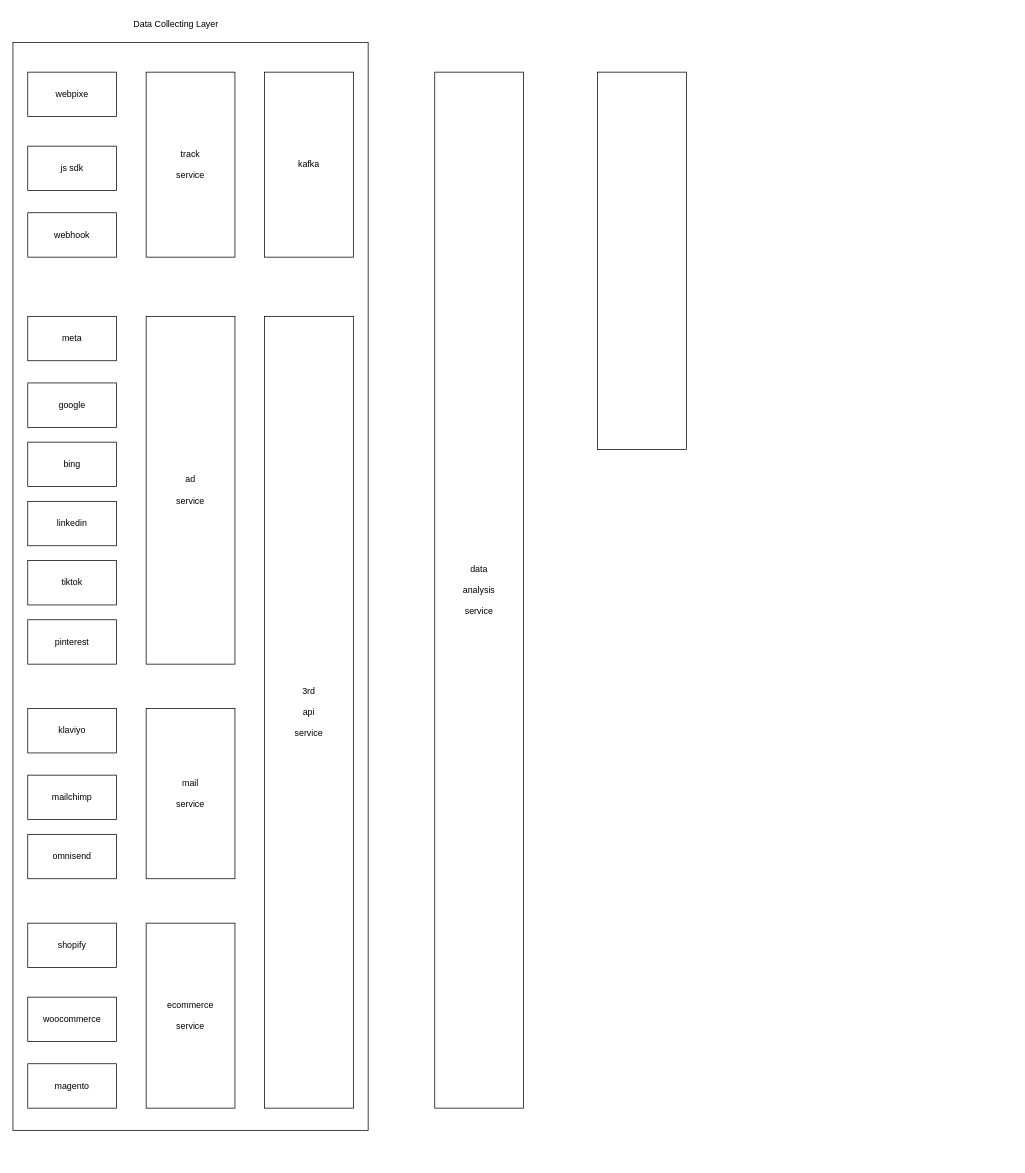
Before: 未命名绘图.drawio in zhangdongfarmer/AI-Series, a draw.io diagram. Source tidied: cells renumbered, new cells numbered last; positions are measured from the earlier drawing's top-left corner, leaving out a move shared by most shapes. Both pictures are drawn from the tidied source at 74%, with x=0, y=0 at pixel (13, 13).
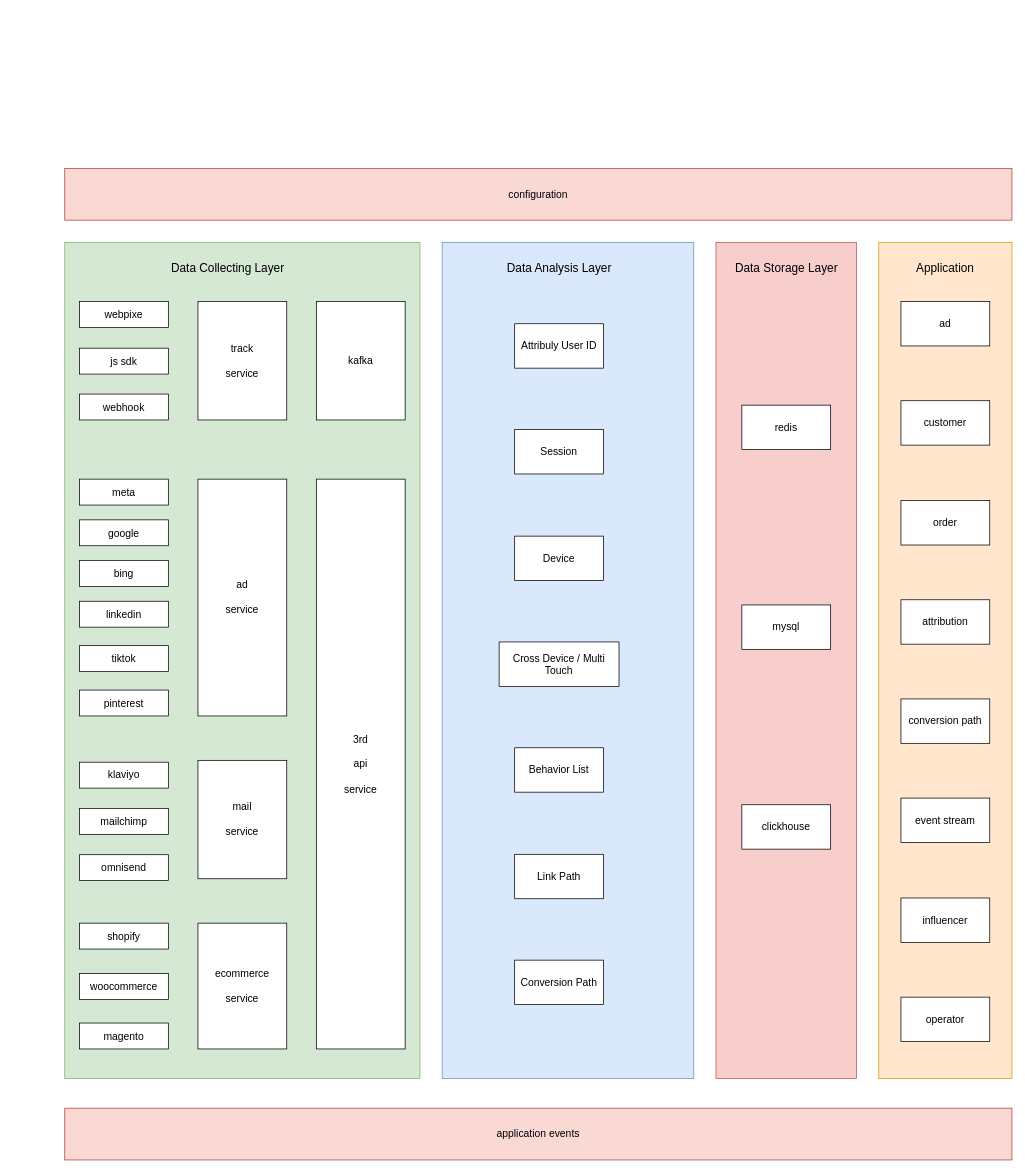
The same page after the edit.

Commit message:
更新未命名绘图.drawio

What changed in the source:
```diff
@@
+    <mxCell id="24" style="rounded=0;whiteSpace=wrap;html=1;fontSize=14;fillColor=#dae8fc;strokeColor=#6c8ebf;" parent="1" vertex="1">
+      <mxGeometry x="580" y="310" width="340" height="1130" as="geometry" />
+    </mxCell>
+    <mxCell id="25" style="rounded=0;whiteSpace=wrap;html=1;fontSize=14;fillColor=#f8cecc;strokeColor=#b85450;" parent="1" vertex="1">
+      <mxGeometry x="950" y="310" width="190" height="1130" as="geometry" />
+    </mxCell>
+    <mxCell id="27" value="Data Analysis Layer" style="text;html=1;strokeColor=none;fillColor=none;align=center;verticalAlign=middle;whiteSpace=wrap;rounded=0;fontSize=16;" parent="1" vertex="1">
+      <mxGeometry x="665.5" y="330" width="145" height="30" as="geometry" />
+    </mxCell>
+    <mxCell id="28" value="Data Storage Layer" style="text;html=1;strokeColor=none;fillColor=none;align=center;verticalAlign=middle;whiteSpace=wrap;rounded=0;fontSize=16;" parent="1" vertex="1">
+      <mxGeometry x="967.5" y="330" width="155" height="30" as="geometry" />
+    </mxCell>
+    <mxCell id="29" value="redis" style="rounded=0;whiteSpace=wrap;html=1;fontSize=14;" parent="1" vertex="1">
+      <mxGeometry x="985" y="530" width="120" height="60" as="geometry" />
+    </mxCell>
+    <mxCell id="30" value="application events" style="rounded=0;whiteSpace=wrap;html=1;fontSize=14;fillColor=#fad9d5;strokeColor=#ae4132;" parent="1" vertex="1">
+      <mxGeometry x="70" y="1480" width="1280" height="70" as="geometry" />
+    </mxCell>
+    <mxCell id="31" value="mysql" style="rounded=0;whiteSpace=wrap;html=1;fontSize=14;" parent="1" vertex="1">
+      <mxGeometry x="985" y="800" width="120" height="60" as="geometry" />
+    </mxCell>
+    <mxCell id="32" value="clickhouse" style="rounded=0;whiteSpace=wrap;html=1;fontSize=14;" parent="1" vertex="1">
+      <mxGeometry x="985" y="1070" width="120" height="60" as="geometry" />
+    </mxCell>
+    <mxCell id="33" style="rounded=0;whiteSpace=wrap;html=1;fontSize=14;fillColor=#ffe6cc;strokeColor=#d79b00;" parent="1" vertex="1">
+      <mxGeometry x="1170" y="310" width="180" height="1130" as="geometry" />
+    </mxCell>
+    <mxCell id="34" value="Application" style="text;html=1;strokeColor=none;fillColor=none;align=center;verticalAlign=middle;whiteSpace=wrap;rounded=0;fontSize=16;" parent="1" vertex="1">
+      <mxGeometry x="1230" y="330" width="60" height="30" as="geometry" />
+    </mxCell>
+    <mxCell id="35" value="ad" style="rounded=0;whiteSpace=wrap;html=1;fontSize=14;" parent="1" vertex="1">
+      <mxGeometry x="1200" y="390" width="120" height="60" as="geometry" />
+    </mxCell>
+    <mxCell id="36" value="customer" style="rounded=0;whiteSpace=wrap;html=1;fontSize=14;" parent="1" vertex="1">
+      <mxGeometry x="1200" y="524" width="120" height="60" as="geometry" />
+    </mxCell>
+    <mxCell id="37" value="order" style="rounded=0;whiteSpace=wrap;html=1;fontSize=14;" parent="1" vertex="1">
+      <mxGeometry x="1200" y="659" width="120" height="60" as="geometry" />
+    </mxCell>
+    <mxCell id="38" value="attribution" style="rounded=0;whiteSpace=wrap;html=1;fontSize=14;" parent="1" vertex="1">
+      <mxGeometry x="1200" y="793" width="120" height="60" as="geometry" />
+    </mxCell>
+    <mxCell id="39" value="conversion path" style="rounded=0;whiteSpace=wrap;html=1;fontSize=14;" parent="1" vertex="1">
+      <mxGeometry x="1200" y="927" width="120" height="60" as="geometry" />
+    </mxCell>
+    <mxCell id="40" value="event stream" style="rounded=0;whiteSpace=wrap;html=1;fontSize=14;" parent="1" vertex="1">
+      <mxGeometry x="1200" y="1061" width="120" height="60" as="geometry" />
+    </mxCell>
+    <mxCell id="41" value="influencer" style="rounded=0;whiteSpace=wrap;html=1;fontSize=14;" parent="1" vertex="1">
+      <mxGeometry x="1200" y="1196" width="120" height="60" as="geometry" />
+    </mxCell>
+    <mxCell id="42" value="operator" style="rounded=0;whiteSpace=wrap;html=1;fontSize=14;" parent="1" vertex="1">
+      <mxGeometry x="1200" y="1330" width="120" height="60" as="geometry" />
+    </mxCell>
+    <mxCell id="43" style="group;" parent="1" vertex="1">
+      <mxGeometry x="70" y="310" width="480" height="1130" as="geometry" />
+    </mxCell>
-    <mxCell id="2" style="rounded=0;whiteSpace=wrap;html=1;" parent="1" vertex="1">
-      <mxGeometry y="40" width="480" height="1470" as="geometry" />
+    <mxCell id="2" style="rounded=0;whiteSpace=wrap;html=1;fontSize=14;fillColor=#d5e8d4;strokeColor=#82b366;" parent="43" vertex="1">
+      <mxGeometry width="480" height="1130" as="geometry" />
     </mxCell>
-    <mxCell id="3" value="webpixe" style="rounded=0;whiteSpace=wrap;html=1;" parent="1" vertex="1">
-      <mxGeometry x="20" y="80" width="120" height="60" as="geometry" />
+    <mxCell id="3" value="webpixe" style="rounded=0;whiteSpace=wrap;html=1;fontSize=14;" parent="43" vertex="1">
+      <mxGeometry x="20" y="80" width="120" height="35" as="geometry" />
     </mxCell>
-    <mxCell id="4" value="js sdk" style="rounded=0;whiteSpace=wrap;html=1;" parent="1" vertex="1">
-      <mxGeometry x="20" y="180" width="120" height="60" as="geometry" />
+    <mxCell id="4" value="js sdk" style="rounded=0;whiteSpace=wrap;html=1;fontSize=14;" parent="43" vertex="1">
+      <mxGeometry x="20" y="143" width="120" height="35" as="geometry" />
     </mxCell>
-    <mxCell id="5" value="webhook" style="rounded=0;whiteSpace=wrap;html=1;" parent="1" vertex="1">
-      <mxGeometry x="20" y="270" width="120" height="60" as="geometry" />
+    <mxCell id="5" value="webhook" style="rounded=0;whiteSpace=wrap;html=1;fontSize=14;" parent="43" vertex="1">
+      <mxGeometry x="20" y="205" width="120" height="35" as="geometry" />
     </mxCell>
-    <mxCell id="6" value="track&lt;br&gt;&lt;br&gt;service" style="rounded=0;whiteSpace=wrap;html=1;" parent="1" vertex="1">
-      <mxGeometry x="180" y="80" width="120" height="250" as="geometry" />
+    <mxCell id="6" value="track&lt;br style=&quot;font-size: 14px;&quot;&gt;&lt;br style=&quot;font-size: 14px;&quot;&gt;service" style="rounded=0;whiteSpace=wrap;html=1;fontSize=14;" parent="43" vertex="1">
+      <mxGeometry x="180" y="80" width="120" height="160" as="geometry" />
     </mxCell>
-    <mxCell id="7" value="kafka" style="rounded=0;whiteSpace=wrap;html=1;" parent="1" vertex="1">
-      <mxGeometry x="340" y="80" width="120" height="250" as="geometry" />
+    <mxCell id="7" value="kafka" style="rounded=0;whiteSpace=wrap;html=1;fontSize=14;" parent="43" vertex="1">
+      <mxGeometry x="340" y="80" width="120" height="160" as="geometry" />
     </mxCell>
-    <mxCell id="8" value="meta" style="rounded=0;whiteSpace=wrap;html=1;" parent="1" vertex="1">
-      <mxGeometry x="20" y="410" width="120" height="60" as="geometry" />
+    <mxCell id="8" value="meta" style="rounded=0;whiteSpace=wrap;html=1;fontSize=14;" parent="43" vertex="1">
+      <mxGeometry x="20" y="320" width="120" height="35" as="geometry" />
     </mxCell>
-    <mxCell id="9" value="google" style="rounded=0;whiteSpace=wrap;html=1;" parent="1" vertex="1">
-      <mxGeometry x="20" y="500" width="120" height="60" as="geometry" />
+    <mxCell id="9" value="google" style="rounded=0;whiteSpace=wrap;html=1;fontSize=14;" parent="43" vertex="1">
+      <mxGeometry x="20" y="375" width="120" height="35" as="geometry" />
     </mxCell>
-    <mxCell id="10" value="bing" style="rounded=0;whiteSpace=wrap;html=1;" parent="1" vertex="1">
-      <mxGeometry x="20" y="580" width="120" height="60" as="geometry" />
+    <mxCell id="10" value="bing" style="rounded=0;whiteSpace=wrap;html=1;fontSize=14;" parent="43" vertex="1">
+      <mxGeometry x="20" y="430" width="120" height="35" as="geometry" />
     </mxCell>
-    <mxCell id="11" value="linkedin" style="rounded=0;whiteSpace=wrap;html=1;" parent="1" vertex="1">
-      <mxGeometry x="20" y="660" width="120" height="60" as="geometry" />
+    <mxCell id="11" value="linkedin" style="rounded=0;whiteSpace=wrap;html=1;fontSize=14;" parent="43" vertex="1">
+      <mxGeometry x="20" y="485" width="120" height="35" as="geometry" />
     </mxCell>
-    <mxCell id="12" value="tiktok" style="rounded=0;whiteSpace=wrap;html=1;" parent="1" vertex="1">
-      <mxGeometry x="20" y="740" width="120" height="60" as="geometry" />
+    <mxCell id="12" value="tiktok" style="rounded=0;whiteSpace=wrap;html=1;fontSize=14;" parent="43" vertex="1">
+      <mxGeometry x="20" y="545" width="120" height="35" as="geometry" />
     </mxCell>
-    <mxCell id="13" value="pinterest" style="rounded=0;whiteSpace=wrap;html=1;" parent="1" vertex="1">
-      <mxGeometry x="20" y="820" width="120" height="60" as="geometry" />
+    <mxCell id="13" value="pinterest" style="rounded=0;whiteSpace=wrap;html=1;fontSize=14;" parent="43" vertex="1">
+      <mxGeometry x="20" y="605" width="120" height="35" as="geometry" />
     </mxCell>
-    <mxCell id="14" value="klaviyo" style="rounded=0;whiteSpace=wrap;html=1;" parent="1" vertex="1">
-      <mxGeometry x="20" y="940" width="120" height="60" as="geometry" />
+    <mxCell id="14" value="klaviyo" style="rounded=0;whiteSpace=wrap;html=1;fontSize=14;" parent="43" vertex="1">
+      <mxGeometry x="20" y="702.5" width="120" height="35" as="geometry" />
     </mxCell>
-    <mxCell id="15" value="mailchimp" style="rounded=0;whiteSpace=wrap;html=1;" parent="1" vertex="1">
-      <mxGeometry x="20" y="1030" width="120" height="60" as="geometry" />
+    <mxCell id="15" value="mailchimp" style="rounded=0;whiteSpace=wrap;html=1;fontSize=14;" parent="43" vertex="1">
+      <mxGeometry x="20" y="765" width="120" height="35" as="geometry" />
     </mxCell>
-    <mxCell id="16" value="omnisend" style="rounded=0;whiteSpace=wrap;html=1;" parent="1" vertex="1">
-      <mxGeometry x="20" y="1110" width="120" height="60" as="geometry" />
+    <mxCell id="16" value="omnisend" style="rounded=0;whiteSpace=wrap;html=1;fontSize=14;" parent="43" vertex="1">
+      <mxGeometry x="20" y="827.5" width="120" height="35" as="geometry" />
     </mxCell>
-    <mxCell id="17" value="shopify" style="rounded=0;whiteSpace=wrap;html=1;" parent="1" vertex="1">
-      <mxGeometry x="20" y="1230" width="120" height="60" as="geometry" />
+    <mxCell id="17" value="shopify" style="rounded=0;whiteSpace=wrap;html=1;fontSize=14;" parent="43" vertex="1">
+      <mxGeometry x="20" y="920" width="120" height="35" as="geometry" />
     </mxCell>
-    <mxCell id="18" value="woocommerce" style="rounded=0;whiteSpace=wrap;html=1;" parent="1" vertex="1">
-      <mxGeometry x="20" y="1330" width="120" height="60" as="geometry" />
+    <mxCell id="18" value="woocommerce" style="rounded=0;whiteSpace=wrap;html=1;fontSize=14;" parent="43" vertex="1">
+      <mxGeometry x="20" y="988" width="120" height="35" as="geometry" />
     </mxCell>
-    <mxCell id="19" value="magento" style="rounded=0;whiteSpace=wrap;html=1;" parent="1" vertex="1">
-      <mxGeometry x="20" y="1420" width="120" height="60" as="geometry" />
+    <mxCell id="19" value="magento" style="rounded=0;whiteSpace=wrap;html=1;fontSize=14;" parent="43" vertex="1">
+      <mxGeometry x="20" y="1055" width="120" height="35" as="geometry" />
     </mxCell>
-    <mxCell id="20" value="ad&lt;br&gt;&lt;br&gt;service" style="rounded=0;whiteSpace=wrap;html=1;" parent="1" vertex="1">
-      <mxGeometry x="180" y="410" width="120" height="470" as="geometry" />
+    <mxCell id="20" value="ad&lt;br style=&quot;font-size: 14px;&quot;&gt;&lt;br style=&quot;font-size: 14px;&quot;&gt;service" style="rounded=0;whiteSpace=wrap;html=1;fontSize=14;" parent="43" vertex="1">
+      <mxGeometry x="180" y="320" width="120" height="320" as="geometry" />
     </mxCell>
-    <mxCell id="21" value="mail&lt;br&gt;&lt;br&gt;service" style="rounded=0;whiteSpace=wrap;html=1;" parent="1" vertex="1">
-      <mxGeometry x="180" y="940" width="120" height="230" as="geometry" />
+    <mxCell id="21" value="mail&lt;br style=&quot;font-size: 14px;&quot;&gt;&lt;br style=&quot;font-size: 14px;&quot;&gt;service" style="rounded=0;whiteSpace=wrap;html=1;fontSize=14;" parent="43" vertex="1">
+      <mxGeometry x="180" y="700" width="120" height="160" as="geometry" />
     </mxCell>
-    <mxCell id="22" value="ecommerce&lt;br&gt;&lt;br&gt;service" style="rounded=0;whiteSpace=wrap;html=1;" parent="1" vertex="1">
-      <mxGeometry x="180" y="1230" width="120" height="250" as="geometry" />
+    <mxCell id="22" value="ecommerce&lt;br style=&quot;font-size: 14px;&quot;&gt;&lt;br style=&quot;font-size: 14px;&quot;&gt;service" style="rounded=0;whiteSpace=wrap;html=1;fontSize=14;" parent="43" vertex="1">
+      <mxGeometry x="180" y="920" width="120" height="170" as="geometry" />
     </mxCell>
-    <mxCell id="23" value="3rd&lt;br&gt;&lt;br&gt;api&lt;br&gt;&lt;br&gt;service" style="rounded=0;whiteSpace=wrap;html=1;" parent="1" vertex="1">
-      <mxGeometry x="340" y="410" width="120" height="1070" as="geometry" />
+    <mxCell id="23" value="3rd&lt;br style=&quot;font-size: 14px;&quot;&gt;&lt;br style=&quot;font-size: 14px;&quot;&gt;api&lt;br style=&quot;font-size: 14px;&quot;&gt;&lt;br style=&quot;font-size: 14px;&quot;&gt;service" style="rounded=0;whiteSpace=wrap;html=1;fontSize=14;" parent="43" vertex="1">
+      <mxGeometry x="340" y="320" width="120" height="770" as="geometry" />
     </mxCell>
-    <mxCell id="24" value="data&lt;br&gt;&lt;br&gt;analysis&lt;br&gt;&lt;br&gt;service" style="rounded=0;whiteSpace=wrap;html=1;" parent="1" vertex="1">
-      <mxGeometry x="570" y="80" width="120" height="1400" as="geometry" />
-    </mxCell>
-    <mxCell id="25" style="rounded=0;whiteSpace=wrap;html=1;" parent="1" vertex="1">
-      <mxGeometry x="790" y="80" width="120" height="510" as="geometry" />
-    </mxCell>
-    <mxCell id="26" value="Data Collecting Layer" style="text;html=1;align=center;verticalAlign=middle;strokeColor=none;fillColor=none;" parent="1" vertex="1">
-      <mxGeometry x="150" width="140" height="30" as="geometry" />
+    <mxCell id="26" value="Data Collecting Layer" style="text;html=1;align=center;verticalAlign=middle;strokeColor=none;fillColor=none;fontSize=16;" parent="43" vertex="1">
+      <mxGeometry x="130" y="20" width="180" height="30" as="geometry" />
     </mxCell>
+    <mxCell id="44" value="Attribuly User ID" style="rounded=0;whiteSpace=wrap;html=1;labelBorderColor=none;fontSize=14;" parent="1" vertex="1">
+      <mxGeometry x="678" y="420" width="120" height="60" as="geometry" />
+    </mxCell>
+    <mxCell id="45" value="Session" style="rounded=0;whiteSpace=wrap;html=1;labelBorderColor=none;fontSize=14;" parent="1" vertex="1">
+      <mxGeometry x="678" y="563" width="120" height="60" as="geometry" />
+    </mxCell>
+    <mxCell id="46" value="Device" style="rounded=0;whiteSpace=wrap;html=1;labelBorderColor=none;fontSize=14;" parent="1" vertex="1">
+      <mxGeometry x="678" y="707" width="120" height="60" as="geometry" />
+    </mxCell>
+    <mxCell id="47" value="Cross Device / Multi Touch" style="rounded=0;whiteSpace=wrap;html=1;labelBorderColor=none;fontSize=14;" parent="1" vertex="1">
+      <mxGeometry x="657" y="850" width="162" height="60" as="geometry" />
+    </mxCell>
+    <mxCell id="48" value="Behavior List" style="rounded=0;whiteSpace=wrap;html=1;labelBorderColor=none;fontSize=14;" parent="1" vertex="1">
+      <mxGeometry x="678" y="993" width="120" height="60" as="geometry" />
+    </mxCell>
+    <mxCell id="49" value="Link Path" style="rounded=0;whiteSpace=wrap;html=1;labelBorderColor=none;fontSize=14;" parent="1" vertex="1">
+      <mxGeometry x="678" y="1137" width="120" height="60" as="geometry" />
+    </mxCell>
+    <mxCell id="50" value="Conversion Path" style="rounded=0;whiteSpace=wrap;html=1;labelBorderColor=none;fontSize=14;" parent="1" vertex="1">
+      <mxGeometry x="678" y="1280" width="120" height="60" as="geometry" />
+    </mxCell>
+    <mxCell id="51" value="configuration" style="rounded=0;whiteSpace=wrap;html=1;fontSize=14;fillColor=#fad9d5;strokeColor=#ae4132;" parent="1" vertex="1">
+      <mxGeometry x="70" y="210" width="1280" height="70" as="geometry" />
+    </mxCell>
```
